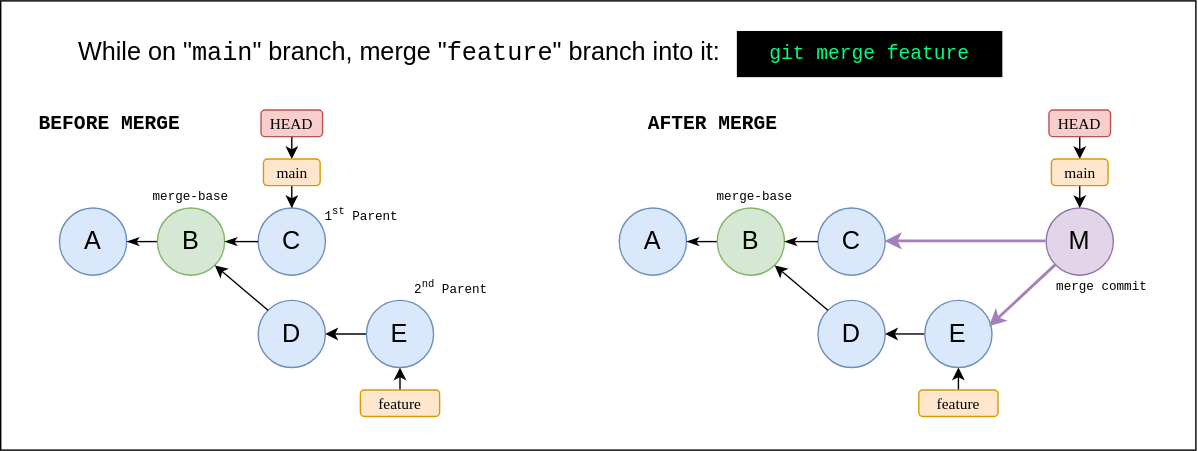
The draw.io diagram public/diagrams/git-merge.svg in datkumar/code-journal, before a commit. Source tidied: cells renumbered, new cells last; positions are measured from the earlier drawing's top-left corner, leaving out a move shared by most shapes.
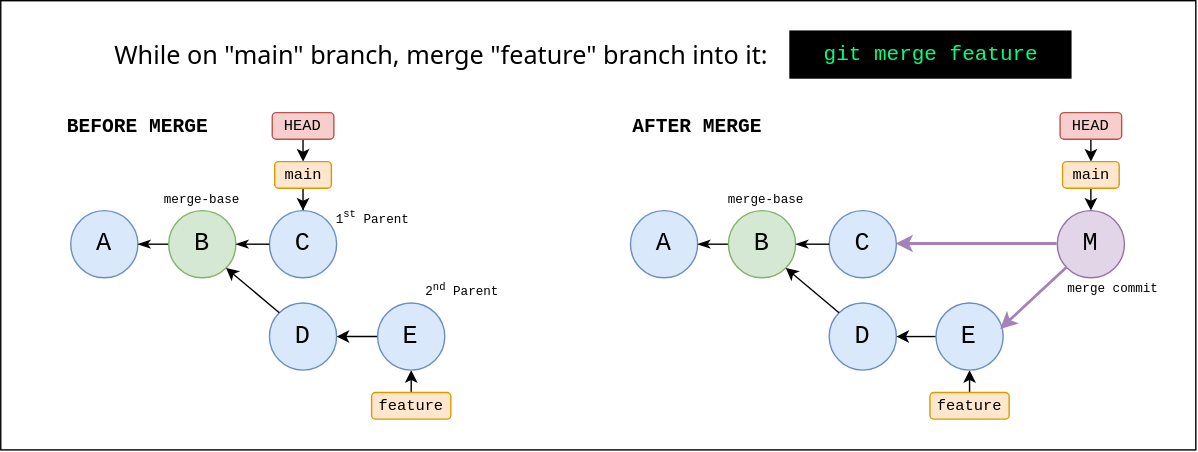
After the change.

Diff of the diagram source:
```diff
@@ -2,133 +2,133 @@
   <root>
     <mxCell id="0" />
     <mxCell id="1" parent="0" />
-    <mxCell id="2" style="rounded=0;whiteSpace=wrap;html=1;fillStyle=solid;fillColor=light-dark(#FFFFFF,#FFFFFF);" parent="1" vertex="1">
-      <mxGeometry width="854" height="321" as="geometry" />
+    <mxCell id="2" style="rounded=0;whiteSpace=wrap;html=1;fillStyle=solid;fillColor=light-dark(#FFFFFF,#FFFFFF);fontFamily=monospace;fontColor=light-dark(#000000,#000000);" parent="1" vertex="1">
+      <mxGeometry x="-8" y="-2" width="854" height="321" as="geometry" />
     </mxCell>
-    <mxCell id="3" value="A" style="ellipse;whiteSpace=wrap;html=1;fillColor=#dae8fc;strokeColor=#6c8ebf;fontSize=18;" parent="1" vertex="1">
+    <mxCell id="3" value="A" style="ellipse;whiteSpace=wrap;html=1;fillColor=#dae8fc;strokeColor=#6c8ebf;fontSize=18;fontFamily=monospace;fontColor=light-dark(#000000,#000000);" parent="1" vertex="1">
       <mxGeometry x="42" y="148" width="48" height="48" as="geometry" />
     </mxCell>
-    <mxCell id="4" style="endArrow=classicThin;html=1;rounded=0;exitX=0;exitY=0.5;exitDx=0;exitDy=0;entryX=1;entryY=0.5;entryDx=0;entryDy=0;endFill=1;" parent="1" edge="1" source="11" target="3">
+    <mxCell id="4" style="endArrow=classicThin;html=1;rounded=0;exitX=0;exitY=0.5;exitDx=0;exitDy=0;entryX=1;entryY=0.5;entryDx=0;entryDy=0;endFill=1;fontFamily=monospace;fontColor=light-dark(#000000,#000000);" parent="1" edge="1" source="11" target="3">
       <mxGeometry relative="1" as="geometry" />
     </mxCell>
-    <mxCell id="5" style="edgeStyle=orthogonalEdgeStyle;rounded=0;jettySize=auto;html=1;exitX=0.5;exitY=1;exitDx=0;exitDy=0;entryX=0.5;entryY=0;entryDx=0;entryDy=0;" parent="1" edge="1" source="6" target="8">
+    <mxCell id="5" style="edgeStyle=orthogonalEdgeStyle;rounded=0;jettySize=auto;html=1;exitX=0.5;exitY=1;exitDx=0;exitDy=0;entryX=0.5;entryY=0;entryDx=0;entryDy=0;fontFamily=monospace;fontColor=light-dark(#000000,#000000);" parent="1" edge="1" source="6" target="8">
       <mxGeometry relative="1" as="geometry" />
     </mxCell>
-    <mxCell id="6" value="&lt;font&gt;HEAD&lt;/font&gt;" style="rounded=1;whiteSpace=wrap;html=1;fillColor=#f8cecc;strokeColor=#b85450;fontFamily=Fira Code;fontSize=11;align=center;verticalAlign=middle;" parent="1" vertex="1">
+    <mxCell id="6" value="&lt;font&gt;HEAD&lt;/font&gt;" style="rounded=1;whiteSpace=wrap;html=1;fillColor=#f8cecc;strokeColor=#b85450;fontFamily=monospace;fontSize=11;align=center;verticalAlign=middle;fontColor=light-dark(#000000,#000000);" parent="1" vertex="1">
       <mxGeometry x="186" y="78" width="44" height="19" as="geometry" />
     </mxCell>
-    <mxCell id="7" style="edgeStyle=orthogonalEdgeStyle;rounded=0;jettySize=auto;html=1;exitX=0.5;exitY=1;exitDx=0;exitDy=0;" parent="1" edge="1" source="8" target="12">
+    <mxCell id="7" style="edgeStyle=orthogonalEdgeStyle;rounded=0;jettySize=auto;html=1;exitX=0.5;exitY=1;exitDx=0;exitDy=0;fontFamily=monospace;fontColor=light-dark(#000000,#000000);" parent="1" edge="1" source="8" target="12">
       <mxGeometry relative="1" as="geometry" />
     </mxCell>
-    <mxCell id="8" value="&lt;font&gt;main&lt;/font&gt;" style="rounded=1;whiteSpace=wrap;html=1;fillColor=#ffe6cc;strokeColor=#d79b00;fontFamily=Fira Code;fontSize=11;align=center;verticalAlign=middle;" parent="1" vertex="1">
+    <mxCell id="8" value="&lt;font&gt;main&lt;/font&gt;" style="rounded=1;whiteSpace=wrap;html=1;fillColor=#ffe6cc;strokeColor=#d79b00;fontFamily=monospace;fontSize=11;align=center;verticalAlign=middle;fontColor=light-dark(#000000,#000000);" parent="1" vertex="1">
       <mxGeometry x="187.8" y="113" width="40.5" height="19" as="geometry" />
     </mxCell>
-    <mxCell id="9" style="edgeStyle=orthogonalEdgeStyle;rounded=0;jettySize=auto;html=1;exitX=0.5;exitY=0;exitDx=0;exitDy=0;entryX=0.5;entryY=1;entryDx=0;entryDy=0;" parent="1" edge="1" source="10" target="16">
+    <mxCell id="9" style="edgeStyle=orthogonalEdgeStyle;rounded=0;jettySize=auto;html=1;exitX=0.5;exitY=0;exitDx=0;exitDy=0;entryX=0.5;entryY=1;entryDx=0;entryDy=0;fontFamily=monospace;fontColor=light-dark(#000000,#000000);" parent="1" edge="1" source="10" target="16">
       <mxGeometry relative="1" as="geometry" />
     </mxCell>
-    <mxCell id="10" value="&lt;font&gt;feature&lt;/font&gt;" style="rounded=1;whiteSpace=wrap;html=1;fillColor=#ffe6cc;strokeColor=#d79b00;fontFamily=Fira Code;fontSize=11;align=center;verticalAlign=middle;" parent="1" vertex="1">
+    <mxCell id="10" value="&lt;font&gt;feature&lt;/font&gt;" style="rounded=1;whiteSpace=wrap;html=1;fillColor=#ffe6cc;strokeColor=#d79b00;fontFamily=monospace;fontSize=11;align=center;verticalAlign=middle;fontColor=light-dark(#000000,#000000);" parent="1" vertex="1">
       <mxGeometry x="257" y="278" width="56.6" height="19" as="geometry" />
     </mxCell>
-    <mxCell id="11" value="B" style="ellipse;whiteSpace=wrap;html=1;fillColor=#d5e8d4;strokeColor=#82b366;fontSize=18;" parent="1" vertex="1">
+    <mxCell id="11" value="B" style="ellipse;whiteSpace=wrap;html=1;fillColor=#d5e8d4;strokeColor=#82b366;fontSize=18;fontFamily=monospace;fontColor=light-dark(#000000,#000000);" parent="1" vertex="1">
       <mxGeometry x="112" y="148" width="48" height="48" as="geometry" />
     </mxCell>
-    <mxCell id="12" value="C" style="ellipse;whiteSpace=wrap;html=1;fillColor=#dae8fc;strokeColor=#6c8ebf;fontSize=18;" parent="1" vertex="1">
+    <mxCell id="12" value="C" style="ellipse;whiteSpace=wrap;html=1;fillColor=#dae8fc;strokeColor=#6c8ebf;fontSize=18;fontFamily=monospace;fontColor=light-dark(#000000,#000000);" parent="1" vertex="1">
       <mxGeometry x="184" y="148" width="48" height="48" as="geometry" />
     </mxCell>
-    <mxCell id="13" style="endArrow=classicThin;html=1;rounded=0;exitX=0;exitY=0.5;exitDx=0;exitDy=0;entryX=1;entryY=0.5;entryDx=0;entryDy=0;endFill=1;" parent="1" edge="1" source="12" target="11">
+    <mxCell id="13" style="endArrow=classicThin;html=1;rounded=0;exitX=0;exitY=0.5;exitDx=0;exitDy=0;entryX=1;entryY=0.5;entryDx=0;entryDy=0;endFill=1;fontFamily=monospace;fontColor=light-dark(#000000,#000000);" parent="1" edge="1" source="12" target="11">
       <mxGeometry relative="1" as="geometry" />
     </mxCell>
-    <mxCell id="14" value="D" style="ellipse;whiteSpace=wrap;html=1;fillColor=#dae8fc;strokeColor=#6c8ebf;fontSize=18;" parent="1" vertex="1">
+    <mxCell id="14" value="D" style="ellipse;whiteSpace=wrap;html=1;fillColor=#dae8fc;strokeColor=#6c8ebf;fontSize=18;fontFamily=monospace;fontColor=light-dark(#000000,#000000);" parent="1" vertex="1">
       <mxGeometry x="184" y="214" width="48" height="48" as="geometry" />
     </mxCell>
-    <mxCell id="15" style="rounded=0;jettySize=auto;html=1;exitX=0;exitY=0.5;exitDx=0;exitDy=0;entryX=1;entryY=0.5;entryDx=0;entryDy=0;" parent="1" edge="1" source="16" target="14">
+    <mxCell id="15" style="rounded=0;jettySize=auto;html=1;exitX=0;exitY=0.5;exitDx=0;exitDy=0;entryX=1;entryY=0.5;entryDx=0;entryDy=0;fontFamily=monospace;fontColor=light-dark(#000000,#000000);" parent="1" edge="1" source="16" target="14">
       <mxGeometry relative="1" as="geometry" />
     </mxCell>
-    <mxCell id="16" value="E" style="ellipse;whiteSpace=wrap;html=1;fillColor=#dae8fc;strokeColor=#6c8ebf;fontSize=18;" parent="1" vertex="1">
+    <mxCell id="16" value="E" style="ellipse;whiteSpace=wrap;html=1;fillColor=#dae8fc;strokeColor=#6c8ebf;fontSize=18;fontFamily=monospace;fontColor=light-dark(#000000,#000000);" parent="1" vertex="1">
       <mxGeometry x="261.3" y="214" width="48" height="48" as="geometry" />
     </mxCell>
-    <mxCell id="17" style="rounded=0;jettySize=auto;html=1;exitX=0;exitY=0;exitDx=0;exitDy=0;entryX=1;entryY=1;entryDx=0;entryDy=0;" parent="1" edge="1" source="14" target="11">
+    <mxCell id="17" style="rounded=0;jettySize=auto;html=1;exitX=0;exitY=0;exitDx=0;exitDy=0;entryX=1;entryY=1;entryDx=0;entryDy=0;fontFamily=monospace;fontColor=light-dark(#000000,#000000);" parent="1" edge="1" source="14" target="11">
       <mxGeometry relative="1" as="geometry" />
     </mxCell>
-    <mxCell id="18" style="edgeStyle=orthogonalEdgeStyle;rounded=0;jettySize=auto;html=1;exitX=0;exitY=0.5;exitDx=0;exitDy=0;entryX=1;entryY=0.5;entryDx=0;entryDy=0;strokeWidth=2;strokeColor=light-dark(#A680B8,#A680B8);" parent="1" edge="1" source="19" target="29">
+    <mxCell id="18" style="edgeStyle=orthogonalEdgeStyle;rounded=0;jettySize=auto;html=1;exitX=0;exitY=0.5;exitDx=0;exitDy=0;entryX=1;entryY=0.5;entryDx=0;entryDy=0;strokeWidth=2;strokeColor=light-dark(#A680B8,#A680B8);fontFamily=monospace;fontColor=light-dark(#000000,#000000);" parent="1" edge="1" source="19" target="29">
       <mxGeometry relative="1" as="geometry" />
     </mxCell>
-    <mxCell id="19" value="M" style="ellipse;whiteSpace=wrap;html=1;fillColor=#e1d5e7;strokeColor=#9673a6;fontSize=18;" parent="1" vertex="1">
+    <mxCell id="19" value="M" style="ellipse;whiteSpace=wrap;html=1;fillColor=#e1d5e7;strokeColor=#9673a6;fontSize=18;fontFamily=monospace;fontColor=light-dark(#000000,#000000);" parent="1" vertex="1">
       <mxGeometry x="747" y="148" width="48" height="48" as="geometry" />
     </mxCell>
-    <mxCell id="20" value="A" style="ellipse;whiteSpace=wrap;html=1;fillColor=#dae8fc;strokeColor=#6c8ebf;fontSize=18;" parent="1" vertex="1">
+    <mxCell id="20" value="A" style="ellipse;whiteSpace=wrap;html=1;fillColor=#dae8fc;strokeColor=#6c8ebf;fontSize=18;fontFamily=monospace;fontColor=light-dark(#000000,#000000);" parent="1" vertex="1">
       <mxGeometry x="442" y="148" width="48" height="48" as="geometry" />
     </mxCell>
-    <mxCell id="21" style="endArrow=classicThin;html=1;rounded=0;exitX=0;exitY=0.5;exitDx=0;exitDy=0;entryX=1;entryY=0.5;entryDx=0;entryDy=0;endFill=1;" parent="1" edge="1" source="28" target="20">
+    <mxCell id="21" style="endArrow=classicThin;html=1;rounded=0;exitX=0;exitY=0.5;exitDx=0;exitDy=0;entryX=1;entryY=0.5;entryDx=0;entryDy=0;endFill=1;fontFamily=monospace;fontColor=light-dark(#000000,#000000);" parent="1" edge="1" source="28" target="20">
       <mxGeometry relative="1" as="geometry" />
     </mxCell>
-    <mxCell id="22" style="edgeStyle=orthogonalEdgeStyle;rounded=0;jettySize=auto;html=1;exitX=0.5;exitY=1;exitDx=0;exitDy=0;entryX=0.5;entryY=0;entryDx=0;entryDy=0;" parent="1" edge="1" source="23" target="25">
+    <mxCell id="22" style="edgeStyle=orthogonalEdgeStyle;rounded=0;jettySize=auto;html=1;exitX=0.5;exitY=1;exitDx=0;exitDy=0;entryX=0.5;entryY=0;entryDx=0;entryDy=0;fontFamily=monospace;fontColor=light-dark(#000000,#000000);" parent="1" edge="1" source="23" target="25">
       <mxGeometry relative="1" as="geometry" />
     </mxCell>
-    <mxCell id="23" value="&lt;font&gt;HEAD&lt;/font&gt;" style="rounded=1;whiteSpace=wrap;html=1;fillColor=#f8cecc;strokeColor=#b85450;fontFamily=Fira Code;fontSize=11;align=center;verticalAlign=middle;" parent="1" vertex="1">
+    <mxCell id="23" value="&lt;font&gt;HEAD&lt;/font&gt;" style="rounded=1;whiteSpace=wrap;html=1;fillColor=#f8cecc;strokeColor=#b85450;fontFamily=monospace;fontSize=11;align=center;verticalAlign=middle;fontColor=light-dark(#000000,#000000);" parent="1" vertex="1">
       <mxGeometry x="749" y="78" width="44" height="19" as="geometry" />
     </mxCell>
-    <mxCell id="24" style="edgeStyle=orthogonalEdgeStyle;rounded=0;jettySize=auto;html=1;exitX=0.5;exitY=1;exitDx=0;exitDy=0;entryX=0.5;entryY=0;entryDx=0;entryDy=0;" parent="1" edge="1" source="25" target="19">
+    <mxCell id="24" style="edgeStyle=orthogonalEdgeStyle;rounded=0;jettySize=auto;html=1;exitX=0.5;exitY=1;exitDx=0;exitDy=0;entryX=0.5;entryY=0;entryDx=0;entryDy=0;fontFamily=monospace;fontColor=light-dark(#000000,#000000);" parent="1" edge="1" source="25" target="19">
       <mxGeometry relative="1" as="geometry" />
     </mxCell>
-    <mxCell id="25" value="&lt;font&gt;main&lt;/font&gt;" style="rounded=1;whiteSpace=wrap;html=1;fillColor=#ffe6cc;strokeColor=#d79b00;fontFamily=Fira Code;fontSize=11;align=center;verticalAlign=middle;" parent="1" vertex="1">
+    <mxCell id="25" value="&lt;font&gt;main&lt;/font&gt;" style="rounded=1;whiteSpace=wrap;html=1;fillColor=#ffe6cc;strokeColor=#d79b00;fontFamily=monospace;fontSize=11;align=center;verticalAlign=middle;fontColor=light-dark(#000000,#000000);" parent="1" vertex="1">
       <mxGeometry x="750.8" y="113" width="40.5" height="19" as="geometry" />
     </mxCell>
-    <mxCell id="26" style="edgeStyle=orthogonalEdgeStyle;rounded=0;jettySize=auto;html=1;exitX=0.5;exitY=0;exitDx=0;exitDy=0;entryX=0.5;entryY=1;entryDx=0;entryDy=0;" parent="1" edge="1" source="27" target="33">
+    <mxCell id="26" style="edgeStyle=orthogonalEdgeStyle;rounded=0;jettySize=auto;html=1;exitX=0.5;exitY=0;exitDx=0;exitDy=0;entryX=0.5;entryY=1;entryDx=0;entryDy=0;fontFamily=monospace;fontColor=light-dark(#000000,#000000);" parent="1" edge="1" source="27" target="33">
       <mxGeometry relative="1" as="geometry" />
     </mxCell>
-    <mxCell id="27" value="&lt;font&gt;feature&lt;/font&gt;" style="rounded=1;whiteSpace=wrap;html=1;fillColor=#ffe6cc;strokeColor=#d79b00;fontFamily=Fira Code;fontSize=11;align=center;verticalAlign=middle;" parent="1" vertex="1">
+    <mxCell id="27" value="&lt;font&gt;feature&lt;/font&gt;" style="rounded=1;whiteSpace=wrap;html=1;fillColor=#ffe6cc;strokeColor=#d79b00;fontFamily=monospace;fontSize=11;align=center;verticalAlign=middle;fontColor=light-dark(#000000,#000000);" parent="1" vertex="1">
       <mxGeometry x="656" y="278" width="56.6" height="19" as="geometry" />
     </mxCell>
-    <mxCell id="28" value="B" style="ellipse;whiteSpace=wrap;html=1;fillColor=#d5e8d4;strokeColor=#82b366;fontSize=18;" parent="1" vertex="1">
+    <mxCell id="28" value="B" style="ellipse;whiteSpace=wrap;html=1;fillColor=#d5e8d4;strokeColor=#82b366;fontSize=18;fontFamily=monospace;fontColor=light-dark(#000000,#000000);" parent="1" vertex="1">
       <mxGeometry x="512" y="148" width="48" height="48" as="geometry" />
     </mxCell>
-    <mxCell id="29" value="C" style="ellipse;whiteSpace=wrap;html=1;fillColor=#dae8fc;strokeColor=#6c8ebf;fontSize=18;" parent="1" vertex="1">
+    <mxCell id="29" value="C" style="ellipse;whiteSpace=wrap;html=1;fillColor=#dae8fc;strokeColor=#6c8ebf;fontSize=18;fontFamily=monospace;fontColor=light-dark(#000000,#000000);" parent="1" vertex="1">
       <mxGeometry x="584" y="148" width="48" height="48" as="geometry" />
     </mxCell>
-    <mxCell id="30" style="endArrow=classicThin;html=1;rounded=0;exitX=0;exitY=0.5;exitDx=0;exitDy=0;entryX=1;entryY=0.5;entryDx=0;entryDy=0;endFill=1;" parent="1" edge="1" source="29" target="28">
+    <mxCell id="30" style="endArrow=classicThin;html=1;rounded=0;exitX=0;exitY=0.5;exitDx=0;exitDy=0;entryX=1;entryY=0.5;entryDx=0;entryDy=0;endFill=1;fontFamily=monospace;fontColor=light-dark(#000000,#000000);" parent="1" edge="1" source="29" target="28">
       <mxGeometry relative="1" as="geometry" />
     </mxCell>
-    <mxCell id="31" value="D" style="ellipse;whiteSpace=wrap;html=1;fillColor=#dae8fc;strokeColor=#6c8ebf;fontSize=18;" parent="1" vertex="1">
+    <mxCell id="31" value="D" style="ellipse;whiteSpace=wrap;html=1;fillColor=#dae8fc;strokeColor=#6c8ebf;fontSize=18;fontFamily=monospace;fontColor=light-dark(#000000,#000000);" parent="1" vertex="1">
       <mxGeometry x="584" y="214" width="48" height="48" as="geometry" />
     </mxCell>
-    <mxCell id="32" style="rounded=0;jettySize=auto;html=1;exitX=0;exitY=0.5;exitDx=0;exitDy=0;entryX=1;entryY=0.5;entryDx=0;entryDy=0;" parent="1" edge="1" source="33" target="31">
+    <mxCell id="32" style="rounded=0;jettySize=auto;html=1;exitX=0;exitY=0.5;exitDx=0;exitDy=0;entryX=1;entryY=0.5;entryDx=0;entryDy=0;fontFamily=monospace;fontColor=light-dark(#000000,#000000);" parent="1" edge="1" source="33" target="31">
       <mxGeometry relative="1" as="geometry" />
     </mxCell>
-    <mxCell id="33" value="E" style="ellipse;whiteSpace=wrap;html=1;fillColor=#dae8fc;strokeColor=#6c8ebf;fontSize=18;" parent="1" vertex="1">
+    <mxCell id="33" value="E" style="ellipse;whiteSpace=wrap;html=1;fillColor=#dae8fc;strokeColor=#6c8ebf;fontSize=18;fontFamily=monospace;fontColor=light-dark(#000000,#000000);" parent="1" vertex="1">
       <mxGeometry x="660.3" y="214" width="48" height="48" as="geometry" />
     </mxCell>
-    <mxCell id="34" style="rounded=0;jettySize=auto;html=1;exitX=0;exitY=0;exitDx=0;exitDy=0;entryX=1;entryY=1;entryDx=0;entryDy=0;" parent="1" edge="1" source="31" target="28">
+    <mxCell id="34" style="rounded=0;jettySize=auto;html=1;exitX=0;exitY=0;exitDx=0;exitDy=0;entryX=1;entryY=1;entryDx=0;entryDy=0;fontFamily=monospace;fontColor=light-dark(#000000,#000000);" parent="1" edge="1" source="31" target="28">
       <mxGeometry relative="1" as="geometry" />
     </mxCell>
-    <mxCell id="35" style="rounded=0;jettySize=auto;html=1;exitX=0;exitY=1;exitDx=0;exitDy=0;entryX=0.966;entryY=0.397;entryDx=0;entryDy=0;entryPerimeter=0;strokeWidth=2;strokeColor=light-dark(#A680B8,#A680B8);" parent="1" edge="1" source="19" target="33">
+    <mxCell id="35" style="rounded=0;jettySize=auto;html=1;exitX=0;exitY=1;exitDx=0;exitDy=0;entryX=0.966;entryY=0.397;entryDx=0;entryDy=0;entryPerimeter=0;strokeWidth=2;strokeColor=light-dark(#A680B8,#A680B8);fontFamily=monospace;fontColor=light-dark(#000000,#000000);" parent="1" edge="1" source="19" target="33">
       <mxGeometry relative="1" as="geometry" />
     </mxCell>
-    <mxCell id="36" value="While on &quot;&lt;font face=&quot;monospace&quot;&gt;main&lt;/font&gt;&quot; branch, merge &quot;&lt;font face=&quot;monospace&quot;&gt;feature&lt;/font&gt;&quot; branch into it:" style="text;html=1;whiteSpace=wrap;strokeColor=none;fillColor=none;align=center;verticalAlign=middle;rounded=0;fontSize=18;" parent="1" vertex="1">
-      <mxGeometry x="53.3" y="23" width="464" height="30" as="geometry" />
+    <mxCell id="36" value="While on &quot;&lt;font&gt;main&lt;/font&gt;&quot; branch, merge &quot;&lt;font&gt;feature&lt;/font&gt;&quot; branch into it:" style="text;html=1;whiteSpace=wrap;strokeColor=none;fillColor=none;align=center;verticalAlign=middle;rounded=0;fontSize=18;fontFamily=system-ui;fontColor=light-dark(#000000,#000000);" parent="1" vertex="1">
+      <mxGeometry x="49" y="22" width="516" height="30" as="geometry" />
     </mxCell>
-    <mxCell id="37" value="&lt;font style=&quot;&quot;&gt;git merge feature&lt;/font&gt;" style="text;html=1;whiteSpace=wrap;strokeColor=none;fillColor=light-dark(#000000,#000000);align=center;verticalAlign=middle;rounded=0;fontSize=14;fontColor=light-dark(#00FF80,#00FF80);fontFamily=monospace;" parent="1" vertex="1">
-      <mxGeometry x="526" y="21.5" width="189.7" height="33" as="geometry" />
+    <mxCell id="37" value="&lt;font style=&quot;&quot;&gt;git merge feature&lt;/font&gt;" style="text;html=1;whiteSpace=wrap;strokeColor=none;fillColor=light-dark(#000000,#000000);align=center;verticalAlign=middle;rounded=0;fontSize=15;fontColor=light-dark(#00FF80,#00FF80);fontFamily=monospace;" parent="1" vertex="1">
+      <mxGeometry x="556" y="19.8" width="201.7" height="34.5" as="geometry" />
     </mxCell>
-    <mxCell id="38" value="BEFORE MERGE" style="text;html=1;whiteSpace=wrap;strokeColor=none;fillColor=none;align=center;verticalAlign=middle;rounded=0;fontFamily=monospace;fontStyle=1;fontSize=14;" parent="1" vertex="1">
-      <mxGeometry x="20" y="72.5" width="116" height="30" as="geometry" />
+    <mxCell id="38" value="BEFORE MERGE" style="text;html=1;whiteSpace=wrap;strokeColor=none;fillColor=none;align=center;verticalAlign=middle;rounded=0;fontFamily=monospace;fontStyle=1;fontSize=14;fontColor=light-dark(#000000,#000000);" parent="1" vertex="1">
+      <mxGeometry x="32" y="72.5" width="116" height="30" as="geometry" />
     </mxCell>
-    <mxCell id="39" value="AFTER MERGE" style="text;html=1;whiteSpace=wrap;strokeColor=none;fillColor=none;align=center;verticalAlign=middle;rounded=0;fontFamily=monospace;fontStyle=1;fontSize=14;" parent="1" vertex="1">
-      <mxGeometry x="451" y="72.5" width="116" height="30" as="geometry" />
+    <mxCell id="39" value="AFTER MERGE" style="text;html=1;whiteSpace=wrap;strokeColor=none;fillColor=none;align=center;verticalAlign=middle;rounded=0;fontFamily=monospace;fontStyle=1;fontSize=14;fontColor=light-dark(#000000,#000000);" parent="1" vertex="1">
+      <mxGeometry x="432" y="72.5" width="116" height="30" as="geometry" />
     </mxCell>
-    <mxCell id="40" value="merge-base" style="text;html=1;whiteSpace=wrap;strokeColor=none;fillColor=none;align=center;verticalAlign=middle;rounded=0;fontFamily=monospace;fontStyle=0;fontSize=9;" parent="1" vertex="1">
+    <mxCell id="40" value="merge-base" style="text;html=1;whiteSpace=wrap;strokeColor=none;fillColor=none;align=center;verticalAlign=middle;rounded=0;fontFamily=monospace;fontStyle=0;fontSize=9;fontColor=light-dark(#000000,#000000);" parent="1" vertex="1">
       <mxGeometry x="104" y="132" width="64" height="18" as="geometry" />
     </mxCell>
-    <mxCell id="41" value="merge-base" style="text;html=1;whiteSpace=wrap;strokeColor=none;fillColor=none;align=center;verticalAlign=middle;rounded=0;fontFamily=monospace;fontStyle=0;fontSize=9;" parent="1" vertex="1">
+    <mxCell id="41" value="merge-base" style="text;html=1;whiteSpace=wrap;strokeColor=none;fillColor=none;align=center;verticalAlign=middle;rounded=0;fontFamily=monospace;fontStyle=0;fontSize=9;fontColor=light-dark(#000000,#000000);" parent="1" vertex="1">
       <mxGeometry x="507" y="132" width="64" height="18" as="geometry" />
     </mxCell>
-    <mxCell id="42" value="merge commit" style="text;html=1;whiteSpace=wrap;strokeColor=none;fillColor=none;align=center;verticalAlign=middle;rounded=0;fontFamily=monospace;fontStyle=0;fontSize=9;" parent="1" vertex="1">
+    <mxCell id="42" value="merge commit" style="text;html=1;whiteSpace=wrap;strokeColor=none;fillColor=none;align=center;verticalAlign=middle;rounded=0;fontFamily=monospace;fontStyle=0;fontSize=9;fontColor=light-dark(#000000,#000000);" parent="1" vertex="1">
       <mxGeometry x="747" y="196" width="80" height="18" as="geometry" />
     </mxCell>
-    <mxCell id="43" value="1&lt;sup&gt;st&lt;/sup&gt; Parent" style="text;html=1;whiteSpace=wrap;strokeColor=none;fillColor=none;align=center;verticalAlign=middle;rounded=0;fontFamily=monospace;fontStyle=0;fontSize=9;" parent="1" vertex="1">
+    <mxCell id="43" value="1&lt;sup&gt;st&lt;/sup&gt; Parent" style="text;html=1;whiteSpace=wrap;strokeColor=none;fillColor=none;align=center;verticalAlign=middle;rounded=0;fontFamily=monospace;fontStyle=0;fontSize=9;fontColor=light-dark(#000000,#000000);" parent="1" vertex="1">
       <mxGeometry x="226" y="144" width="64" height="18" as="geometry" />
     </mxCell>
-    <mxCell id="44" value="2&lt;sup&gt;nd&lt;/sup&gt; Parent" style="text;html=1;whiteSpace=wrap;strokeColor=none;fillColor=none;align=center;verticalAlign=middle;rounded=0;fontFamily=monospace;fontStyle=0;fontSize=9;" parent="1" vertex="1">
+    <mxCell id="44" value="2&lt;sup&gt;nd&lt;/sup&gt; Parent" style="text;html=1;whiteSpace=wrap;strokeColor=none;fillColor=none;align=center;verticalAlign=middle;rounded=0;fontFamily=monospace;fontStyle=0;fontSize=9;fontColor=light-dark(#000000,#000000);" parent="1" vertex="1">
       <mxGeometry x="290" y="196" width="64" height="18" as="geometry" />
     </mxCell>
   </root>
```
